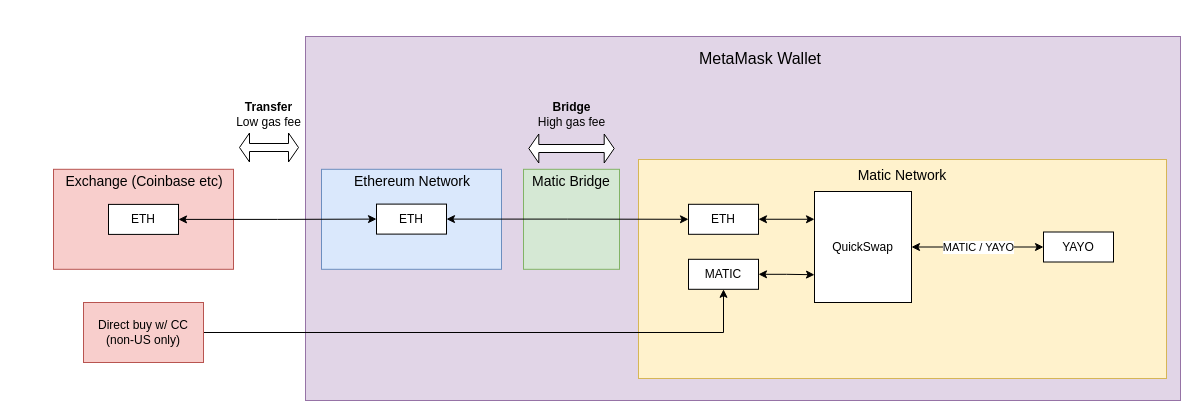
Earlier version of the draw.io diagram flow.drawio (YayoCorp/yayo-misc). Source tidied: cells renumbered, new cells numbered last; positions are measured from the earlier drawing's top-left corner, leaving out a move shared by most shapes. Both pictures are drawn from the tidied source at 100%, with x=0, y=0 at pixel (53, 36).
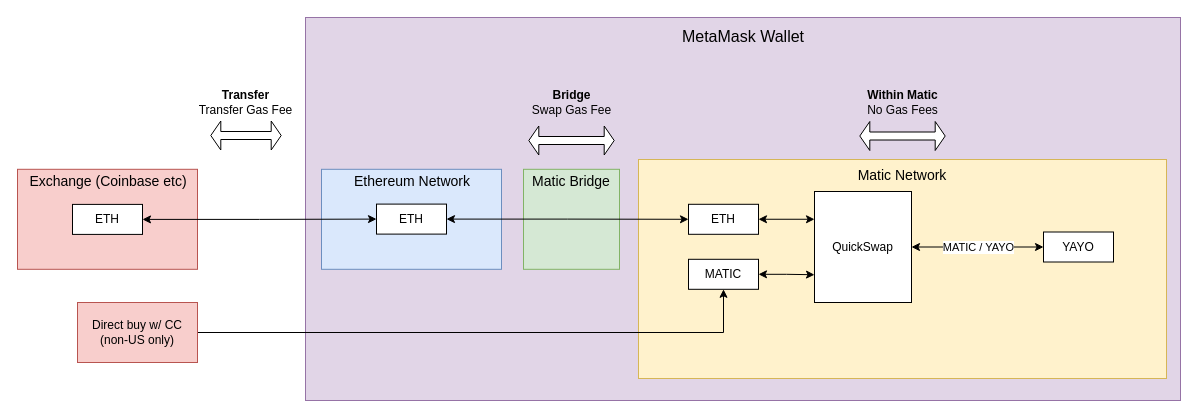
After the change.

Commit message (it also covers changes not shown here):
update flow chart

Change to the diagram source:
```diff
@@
     <mxCell id="2" style="rounded=0;whiteSpace=wrap;html=1;fillColor=#f8cecc;strokeColor=#b85450;" parent="1" vertex="1">
-      <mxGeometry y="132.8" width="180" height="100" as="geometry" />
+      <mxGeometry x="-36" y="132.8" width="180" height="100" as="geometry" />
     </mxCell>
     <mxCell id="3" style="rounded=0;whiteSpace=wrap;html=1;fillColor=#e1d5e7;strokeColor=#9673a6;" parent="1" vertex="1">
-      <mxGeometry x="252" width="875" height="364" as="geometry" />
+      <mxGeometry x="252" y="-19" width="875" height="383" as="geometry" />
     </mxCell>
@@
-    <mxCell id="17" value="&lt;b&gt;Transfer&lt;/b&gt;&lt;br&gt;Low gas fee" style="text;html=1;strokeColor=none;fillColor=none;align=center;verticalAlign=middle;whiteSpace=wrap;rounded=0;" parent="1" vertex="1">
-      <mxGeometry x="150" y="68" width="131" height="20" as="geometry" />
+    <mxCell id="17" value="&lt;b&gt;Transfer&lt;/b&gt;&lt;br&gt;Transfer Gas Fee" style="text;html=1;strokeColor=none;fillColor=none;align=center;verticalAlign=middle;whiteSpace=wrap;rounded=0;" parent="1" vertex="1">
+      <mxGeometry x="141" y="55.5" width="103" height="20" as="geometry" />
     </mxCell>
     <mxCell id="18" style="shape=flexArrow;endArrow=classic;html=1;startArrow=block;fillColor=#ffffff;width=8;rounded=1;endSize=3;startSize=3;" parent="1" edge="1">
       <mxGeometry relative="1" as="geometry">
-        <mxPoint x="185.5" y="111" as="sourcePoint" />
-        <mxPoint x="245.5" y="111" as="targetPoint" />
+        <mxPoint x="156.8" y="99" as="sourcePoint" />
+        <mxPoint x="228.2" y="99" as="targetPoint" />
       </mxGeometry>
     </mxCell>
-    <mxCell id="19" value="&lt;b&gt;Bridge&lt;/b&gt;&lt;br&gt;High gas fee" style="text;html=1;strokeColor=none;fillColor=none;align=center;verticalAlign=middle;whiteSpace=wrap;rounded=0;" parent="1" vertex="1">
-      <mxGeometry x="459.5" y="68" width="117" height="20" as="geometry" />
+    <mxCell id="19" value="&lt;b&gt;Bridge&lt;/b&gt;&lt;br&gt;Swap Gas Fee" style="text;html=1;strokeColor=none;fillColor=none;align=center;verticalAlign=middle;whiteSpace=wrap;rounded=0;" parent="1" vertex="1">
+      <mxGeometry x="459.5" y="55.5" width="117" height="20" as="geometry" />
     </mxCell>
@@
     <mxCell id="21" value="Direct buy w/ CC&lt;br&gt;(non-US only)" style="rounded=0;whiteSpace=wrap;html=1;fillColor=#f8cecc;strokeColor=#b85450;" parent="1" vertex="1">
-      <mxGeometry x="30" y="266" width="120" height="60" as="geometry" />
+      <mxGeometry x="24" y="266" width="120" height="60" as="geometry" />
     </mxCell>
@@
     <mxCell id="27" value="ETH" style="rounded=0;whiteSpace=wrap;html=1;" parent="1" vertex="1">
-      <mxGeometry x="55" y="167.9" width="70" height="30" as="geometry" />
+      <mxGeometry x="19" y="167.9" width="70" height="30" as="geometry" />
     </mxCell>
     <mxCell id="28" value="Exchange (Coinbase etc)" style="text;html=1;strokeColor=none;fillColor=none;align=center;verticalAlign=middle;whiteSpace=wrap;rounded=0;fontSize=14;" parent="1" vertex="1">
-      <mxGeometry y="135" width="182" height="20" as="geometry" />
+      <mxGeometry x="-36" y="135" width="182" height="20" as="geometry" />
     </mxCell>
     <mxCell id="29" value="&lt;font style=&quot;font-size: 16px&quot;&gt;MetaMask Wallet&lt;/font&gt;" style="text;html=1;strokeColor=none;fillColor=none;align=center;verticalAlign=middle;whiteSpace=wrap;rounded=0;" parent="1" vertex="1">
-      <mxGeometry x="616.5" y="9" width="180" height="25" as="geometry" />
+      <mxGeometry x="599.5" y="-13" width="180" height="25" as="geometry" />
     </mxCell>
     <mxCell id="30" style="shape=flexArrow;endArrow=classic;html=1;startArrow=block;fillColor=#ffffff;width=8;rounded=1;endSize=3;startSize=3;" parent="1" edge="1">
       <mxGeometry relative="1" as="geometry">
-        <mxPoint x="474.8" y="112" as="sourcePoint" />
-        <mxPoint x="561.2" y="112" as="targetPoint" />
+        <mxPoint x="474.8" y="104" as="sourcePoint" />
+        <mxPoint x="561.2" y="104" as="targetPoint" />
       </mxGeometry>
     </mxCell>
@@
+    <mxCell id="32" value="&lt;b&gt;Within Matic&lt;/b&gt;&lt;br&gt;No Gas Fees" style="text;html=1;strokeColor=none;fillColor=none;align=center;verticalAlign=middle;whiteSpace=wrap;rounded=0;" parent="1" vertex="1">
+      <mxGeometry x="790.5" y="55.5" width="117" height="20" as="geometry" />
+    </mxCell>
+    <mxCell id="33" style="shape=flexArrow;endArrow=classic;html=1;startArrow=block;fillColor=#ffffff;width=8;rounded=1;endSize=3;startSize=3;" parent="1" edge="1">
+      <mxGeometry relative="1" as="geometry">
+        <mxPoint x="805.8" y="99.5" as="sourcePoint" />
+        <mxPoint x="892.2" y="99.5" as="targetPoint" />
+      </mxGeometry>
+    </mxCell>
```
